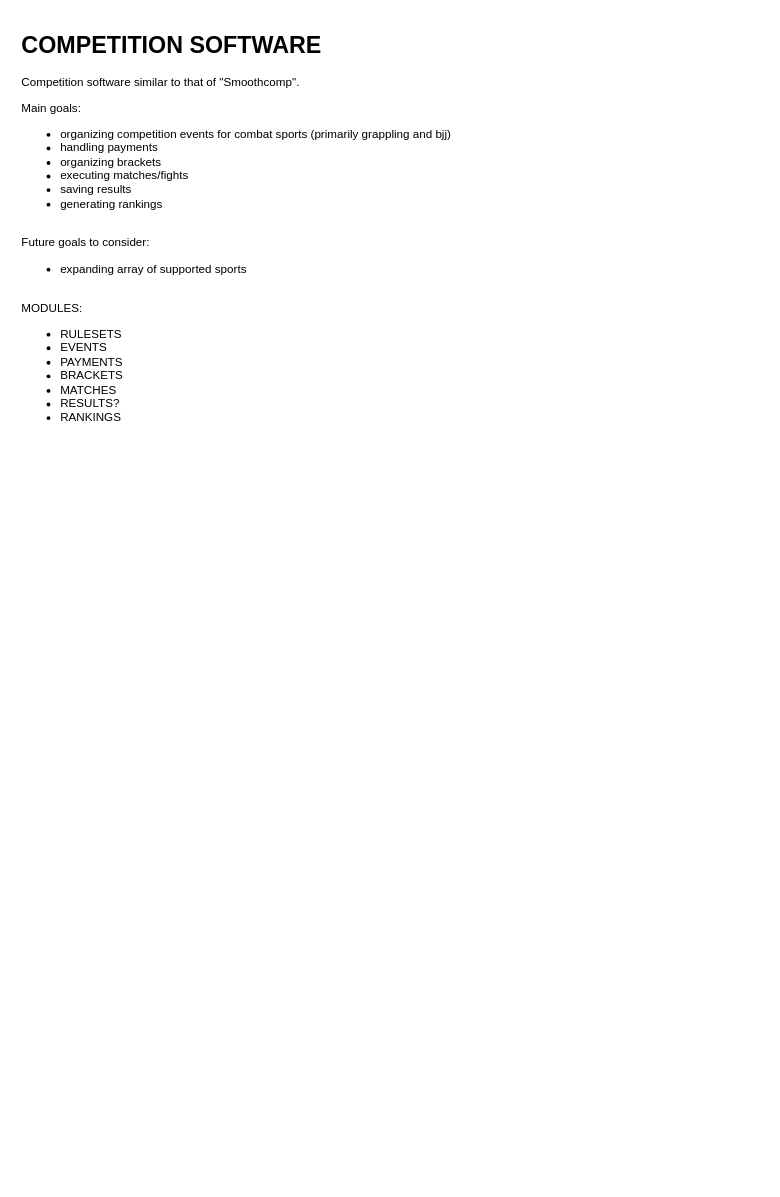
The draw.io diagram Basic Docs.drawio in frane-misetic-98/sketching, before the edit. Source tidied: cells renumbered, new cells numbered last; positions are measured from the earlier drawing's top-left corner, leaving out a move shared by most shapes. Both pictures are drawn from the tidied source at 97%, with x=0, y=0 at pixel (16, 26).
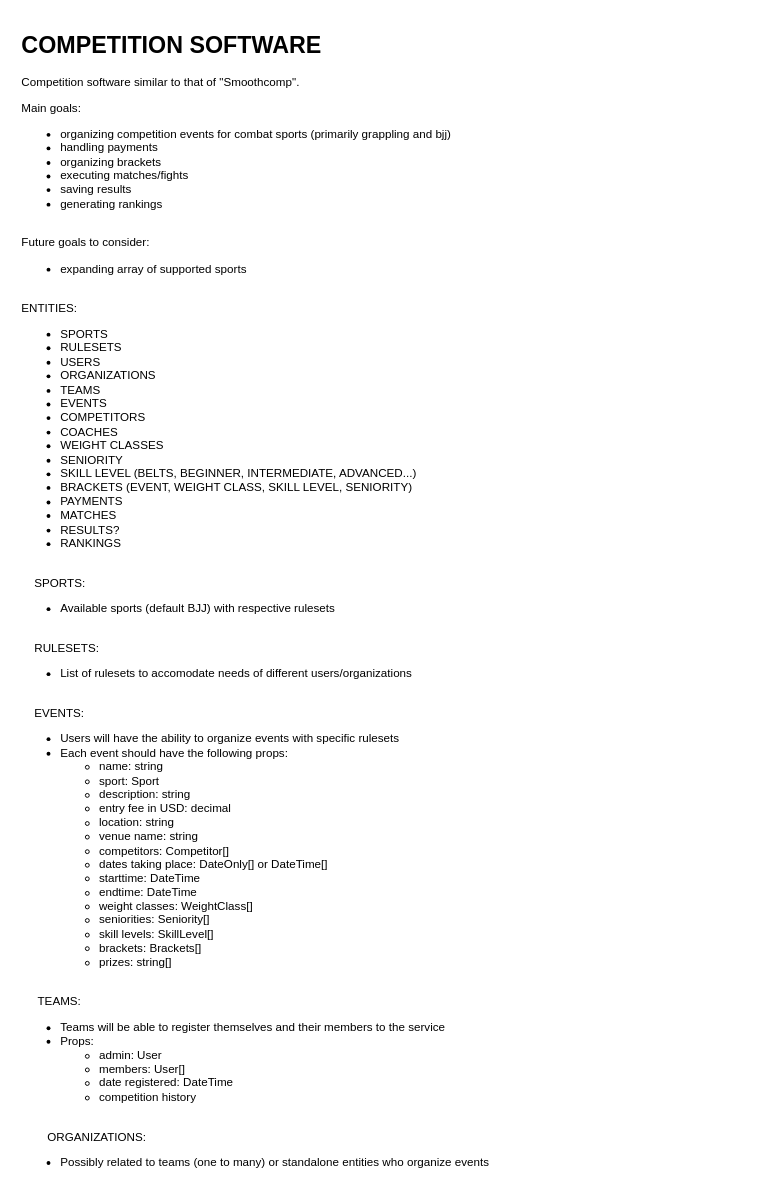
The same page after the edit.

The edit, as a diff of the source:
```diff
@@
 <mxGraphModel>
   <root>
     <mxCell id="0" />
     <mxCell id="1" parent="0" />
-    <mxCell id="2" value="&lt;h1&gt;COMPETITION SOFTWARE&lt;/h1&gt;&lt;p&gt;Competition software similar to that of &quot;Smoothcomp&quot;.&lt;/p&gt;&lt;p&gt;Main goals:&lt;/p&gt;&lt;p&gt;&lt;/p&gt;&lt;ul&gt;&lt;li&gt;organizing competition events for combat sports (primarily grappling and bjj)&lt;/li&gt;&lt;li&gt;handling payments&lt;/li&gt;&lt;li&gt;organizing brackets&lt;/li&gt;&lt;li&gt;executing matches/fights&lt;/li&gt;&lt;li&gt;saving results&lt;/li&gt;&lt;li&gt;generating rankings&lt;/li&gt;&lt;/ul&gt;&lt;br&gt;Future goals to consider:&amp;nbsp;&lt;br&gt;&lt;ul&gt;&lt;li&gt;expanding array of supported sports&lt;/li&gt;&lt;/ul&gt;&lt;div&gt;&lt;br&gt;&lt;/div&gt;&lt;div&gt;MODULES:&lt;/div&gt;&lt;div&gt;&lt;ul&gt;&lt;li&gt;RULESETS&lt;/li&gt;&lt;li&gt;EVENTS&lt;/li&gt;&lt;li&gt;PAYMENTS&lt;/li&gt;&lt;li&gt;BRACKETS&lt;/li&gt;&lt;li&gt;MATCHES&lt;/li&gt;&lt;li&gt;RESULTS?&lt;/li&gt;&lt;li&gt;RANKINGS&lt;/li&gt;&lt;/ul&gt;&lt;/div&gt;&lt;div&gt;&lt;br&gt;&lt;/div&gt;&lt;div&gt;&lt;br&gt;&lt;/div&gt;&lt;p&gt;&lt;/p&gt;" style="text;html=1;spacing=5;spacingTop=-20;whiteSpace=wrap;overflow=hidden;rounded=0;" parent="1" vertex="1">
-      <mxGeometry width="770" height="480" as="geometry" />
+    <mxCell id="2" value="&lt;h1&gt;COMPETITION SOFTWARE&lt;/h1&gt;&lt;p&gt;Competition software similar to that of &quot;Smoothcomp&quot;.&lt;/p&gt;&lt;p&gt;Main goals:&lt;/p&gt;&lt;p&gt;&lt;/p&gt;&lt;ul&gt;&lt;li&gt;organizing competition events for combat sports (primarily grappling and bjj)&lt;/li&gt;&lt;li&gt;handling payments&lt;/li&gt;&lt;li&gt;organizing brackets&lt;/li&gt;&lt;li&gt;executing matches/fights&lt;/li&gt;&lt;li&gt;saving results&lt;/li&gt;&lt;li&gt;generating rankings&lt;/li&gt;&lt;/ul&gt;&lt;br&gt;Future goals to consider:&amp;nbsp;&lt;br&gt;&lt;ul&gt;&lt;li&gt;expanding array of supported sports&lt;/li&gt;&lt;/ul&gt;&lt;div&gt;&lt;br&gt;&lt;/div&gt;&lt;div&gt;ENTITIES:&lt;/div&gt;&lt;div&gt;&lt;ul&gt;&lt;li&gt;SPORTS&lt;/li&gt;&lt;li&gt;RULESETS&lt;/li&gt;&lt;li&gt;USERS&lt;/li&gt;&lt;li&gt;ORGANIZATIONS&lt;/li&gt;&lt;li&gt;TEAMS&lt;/li&gt;&lt;li&gt;EVENTS&lt;/li&gt;&lt;li&gt;COMPETITORS&lt;/li&gt;&lt;li&gt;COACHES&lt;/li&gt;&lt;li&gt;WEIGHT CLASSES&lt;/li&gt;&lt;li&gt;SENIORITY&lt;/li&gt;&lt;li&gt;SKILL LEVEL (BELTS, BEGINNER, INTERMEDIATE, ADVANCED...)&lt;/li&gt;&lt;li&gt;BRACKETS (EVENT, WEIGHT CLASS, SKILL LEVEL, SENIORITY)&lt;/li&gt;&lt;li&gt;PAYMENTS&lt;/li&gt;&lt;li&gt;MATCHES&lt;/li&gt;&lt;li&gt;RESULTS?&lt;/li&gt;&lt;li&gt;RANKINGS&lt;/li&gt;&lt;/ul&gt;&lt;div&gt;&lt;span style=&quot;&quot;&gt;&lt;span style=&quot;white-space: pre;&quot;&gt;&amp;nbsp;&amp;nbsp;&amp;nbsp;&amp;nbsp;&lt;/span&gt;&lt;/span&gt;&lt;br&gt;&lt;/div&gt;&lt;/div&gt;&lt;div&gt;&lt;span style=&quot;&quot;&gt;&lt;span style=&quot;white-space: pre;&quot;&gt;&amp;nbsp;&amp;nbsp;&amp;nbsp;&amp;nbsp;&lt;/span&gt;&lt;/span&gt;SPORTS:&lt;br&gt;&lt;/div&gt;&lt;div&gt;&lt;ul&gt;&lt;li&gt;Available sports (default BJJ) with respective rulesets&lt;/li&gt;&lt;/ul&gt;&lt;div&gt;&lt;br&gt;&lt;/div&gt;&lt;/div&gt;&lt;div&gt;&lt;span style=&quot;&quot;&gt;&lt;span style=&quot;white-space: pre;&quot;&gt;&amp;nbsp;&amp;nbsp;&amp;nbsp;&amp;nbsp;&lt;/span&gt;&lt;/span&gt;RULESETS:&lt;/div&gt;&lt;div&gt;&lt;ul&gt;&lt;li&gt;&lt;span style=&quot;background-color: initial;&quot;&gt;List of rulesets to accomodate needs of different users/organizations&lt;/span&gt;&lt;/li&gt;&lt;/ul&gt;&lt;div&gt;&lt;span style=&quot;&quot;&gt;&lt;br&gt;&lt;/span&gt;&lt;/div&gt;&lt;/div&gt;&lt;div&gt;&lt;span style=&quot;&quot;&gt;&lt;span style=&quot;&quot;&gt;&lt;span style=&quot;white-space: pre;&quot;&gt;&amp;nbsp;&amp;nbsp;&amp;nbsp;&amp;nbsp;&lt;/span&gt;&lt;/span&gt;EVENTS:&lt;br&gt;&lt;/span&gt;&lt;/div&gt;&lt;div&gt;&lt;ul&gt;&lt;li&gt;&lt;span style=&quot;&quot;&gt;Users will have the ability to organize events with specific rulesets&lt;/span&gt;&lt;/li&gt;&lt;li&gt;&lt;span style=&quot;&quot;&gt;Each event should have the following props:&lt;/span&gt;&lt;/li&gt;&lt;ul&gt;&lt;li&gt;&lt;span style=&quot;&quot;&gt;name: string&lt;/span&gt;&lt;/li&gt;&lt;li&gt;&lt;span style=&quot;&quot;&gt;sport: Sport &lt;/span&gt;&lt;/li&gt;&lt;li&gt;&lt;span style=&quot;&quot;&gt;description: string&lt;/span&gt;&lt;/li&gt;&lt;li&gt;&lt;span style=&quot;&quot;&gt;entry fee in USD: decimal&lt;/span&gt;&lt;/li&gt;&lt;li&gt;&lt;span style=&quot;&quot;&gt;location: string&lt;/span&gt;&lt;/li&gt;&lt;li&gt;&lt;span style=&quot;&quot;&gt;venue name: string&lt;/span&gt;&lt;/li&gt;&lt;li&gt;&lt;span style=&quot;&quot;&gt;competitors: Competitor[]&lt;/span&gt;&lt;/li&gt;&lt;li&gt;&lt;span style=&quot;&quot;&gt;dates taking place: DateOnly[] or DateTime[]&lt;/span&gt;&lt;/li&gt;&lt;li&gt;&lt;span style=&quot;&quot;&gt;starttime: DateTime&lt;/span&gt;&lt;/li&gt;&lt;li&gt;&lt;span style=&quot;&quot;&gt;endtime: DateTime&lt;/span&gt;&lt;/li&gt;&lt;li&gt;&lt;span style=&quot;&quot;&gt;weight classes: WeightClass[]&lt;/span&gt;&lt;/li&gt;&lt;li&gt;&lt;span style=&quot;&quot;&gt;seniorities: Seniority[]&lt;/span&gt;&lt;/li&gt;&lt;li&gt;&lt;span style=&quot;&quot;&gt;skill levels: SkillLevel[]&lt;/span&gt;&lt;/li&gt;&lt;li&gt;&lt;span style=&quot;&quot;&gt;brackets: Brackets[]&lt;/span&gt;&lt;/li&gt;&lt;li&gt;&lt;span style=&quot;&quot;&gt;prizes: string[]&lt;/span&gt;&lt;/li&gt;&lt;/ul&gt;&lt;/ul&gt;&lt;div&gt;&lt;br&gt;&lt;/div&gt;&lt;/div&gt;&lt;div&gt;&amp;nbsp; &amp;nbsp; &amp;nbsp;TEAMS:&lt;/div&gt;&lt;div&gt;&lt;ul&gt;&lt;li&gt;Teams will be able to register themselves and their members to the service&lt;/li&gt;&lt;li&gt;Props:&lt;/li&gt;&lt;ul&gt;&lt;li&gt;admin: User&lt;/li&gt;&lt;li&gt;members: User[]&lt;/li&gt;&lt;li&gt;date registered: DateTime&lt;/li&gt;&lt;li&gt;competition history&lt;/li&gt;&lt;/ul&gt;&lt;/ul&gt;&lt;div&gt;&lt;span style=&quot;white-space: pre;&quot;&gt;&#9;&lt;/span&gt;&lt;br&gt;&lt;/div&gt;&lt;/div&gt;&lt;div&gt;&lt;span style=&quot;white-space: pre;&quot;&gt;&#9;&lt;/span&gt;ORGANIZATIONS:&lt;br&gt;&lt;/div&gt;&lt;div&gt;&lt;ul&gt;&lt;li&gt;Possibly related to teams (one to many) or standalone entities who organize events&lt;/li&gt;&lt;/ul&gt;&lt;div&gt;&lt;br&gt;&lt;/div&gt;&lt;/div&gt;&lt;p&gt;&lt;/p&gt;" style="text;html=1;spacing=5;spacingTop=-20;whiteSpace=wrap;overflow=hidden;rounded=0;" parent="1" vertex="1">
+      <mxGeometry width="770" height="1190" as="geometry" />
     </mxCell>
   </root>
 </mxGraphModel>
```
